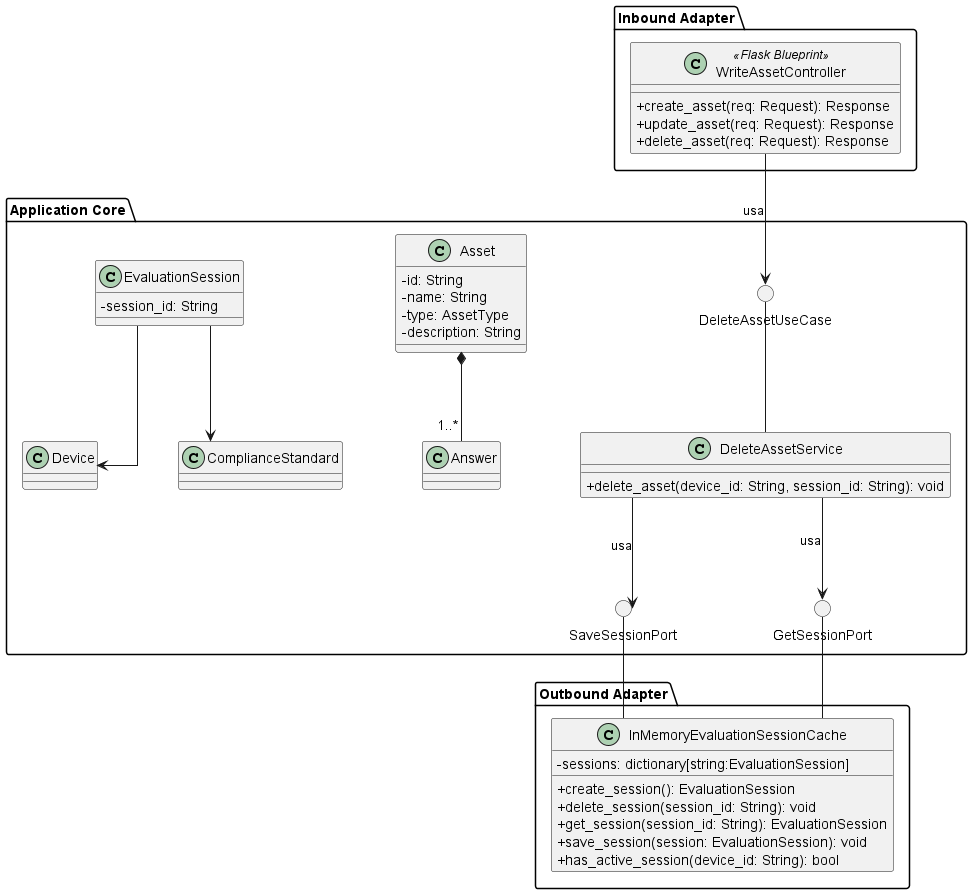
This is src/PB/DocumentazioneEsterna/Specifica_Tecnica/content/uml/png/DeleteAsset/DeleteAsset.png from GroupRubberDuck/Documentazione, a PlantUML export, as it was before one commit.
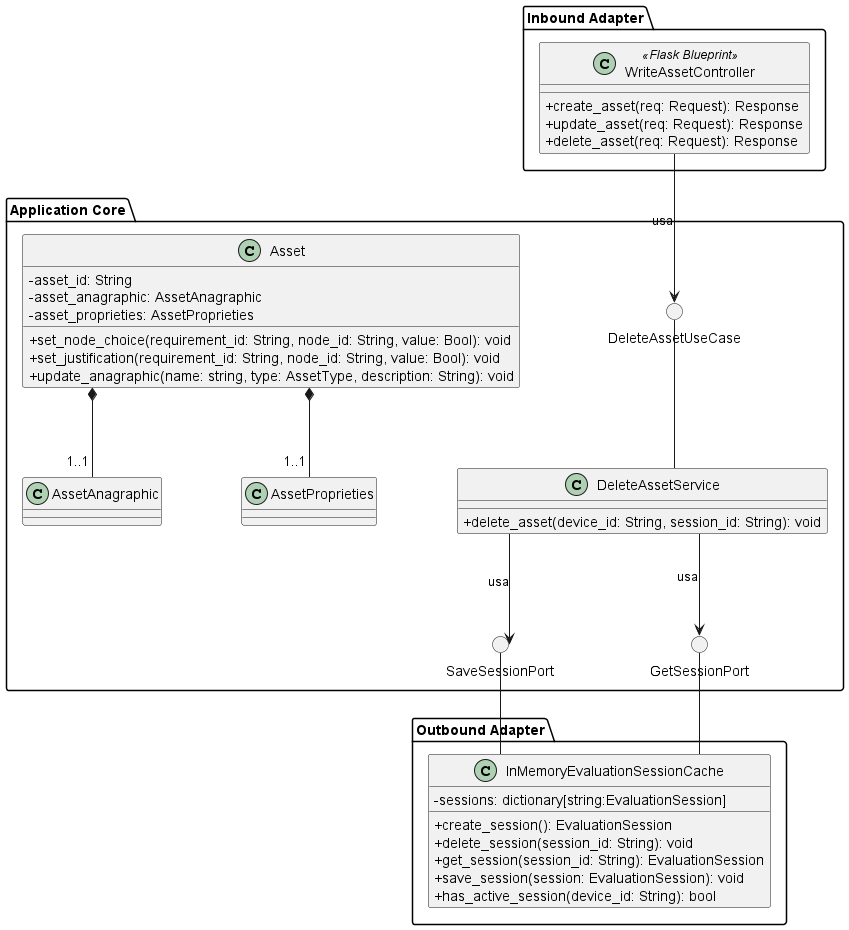
After the change.

The edit, as a diff of the source:
```diff
@@ -12,7 +12,6 @@
     () "DeleteAssetUseCase"
     !include ApplicationServices/DeleteAssetService.puml
     !include Domain/Asset.puml
-    !include Domain/EvaluationSession.puml
     () "SaveSessionPort"
     () "GetSessionPort"
 }
```
